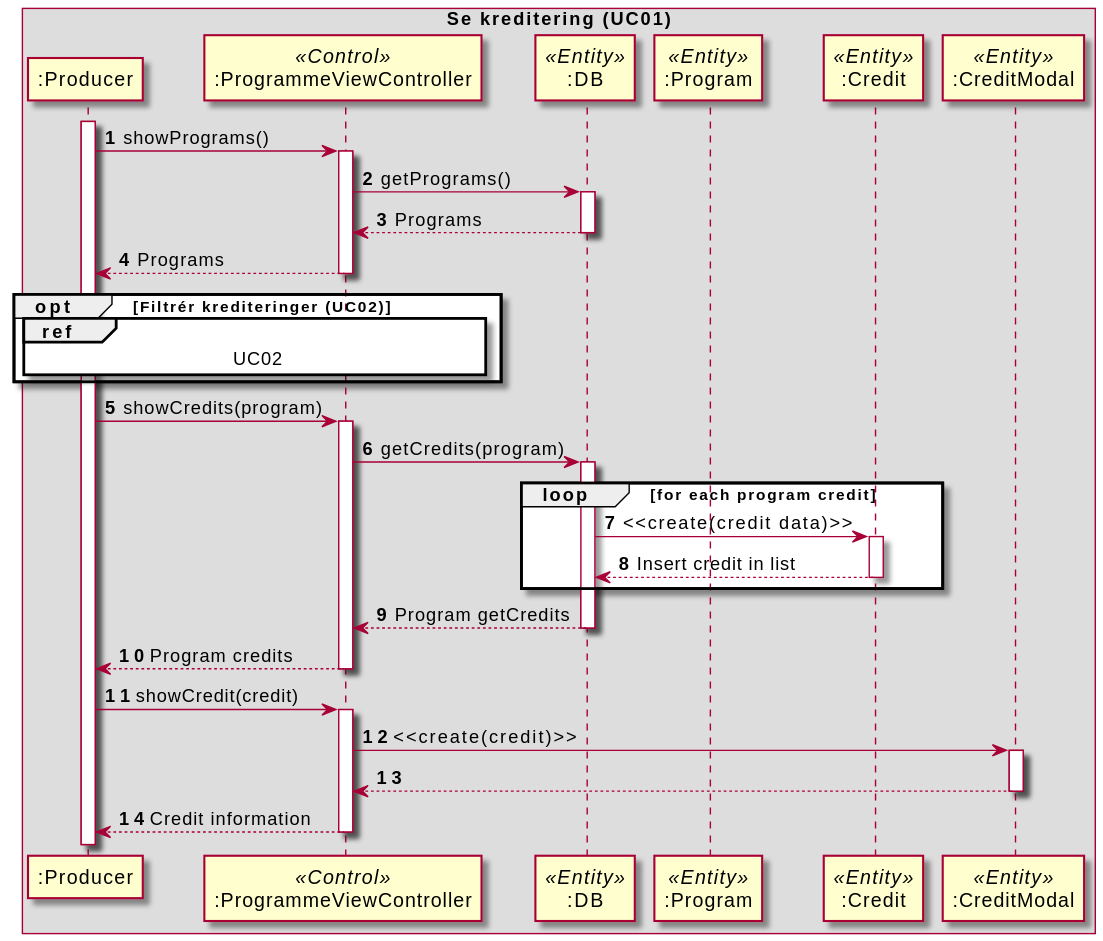
This is uml/sequence_diagrams/operation/UC01_show_credit.svg from amatzen/SE02-SE-G02-SPRO, a PlantUML export, as it was before one commit. The source it was exported from:
```plantuml
@startuml

autonumber

box Se kreditering (UC01)
    participant ":Producer" as producer
    participant ":ProgrammeViewController" as programController <<Control>>
    participant ":DB" as db <<Entity>>
    participant ":Program" as program <<Entity>>
    participant ":Credit" as credit <<Entity>>
    participant ":CreditModal" as creditModal <<Entity>>
end box

activate producer
producer -> programController : showPrograms()
activate programController
programController -> db : getPrograms()
activate db
programController <-- db : Programs
deactivate db
producer <-- programController : Programs
deactivate programController

opt Filtrér krediteringer (UC02)
    ref over producer, programController : UC02
end

producer -> programController : showCredits(program)
activate programController
programController -> db : getCredits(program)
activate db

loop for each program credit
db -> credit : <<create(credit data)>>
activate credit
db <-- credit : Insert credit in list
deactivate credit
end

programController <-- db : Program getCredits
deactivate db
producer <-- programController : Program credits
deactivate programController

producer -> programController : showCredit(credit)
activate programController
programController -> creditModal : <<create(credit)>>
activate creditModal
programController <-- creditModal
deactivate creditModal
producer <-- programController : Credit information
deactivate programController

@enduml
```
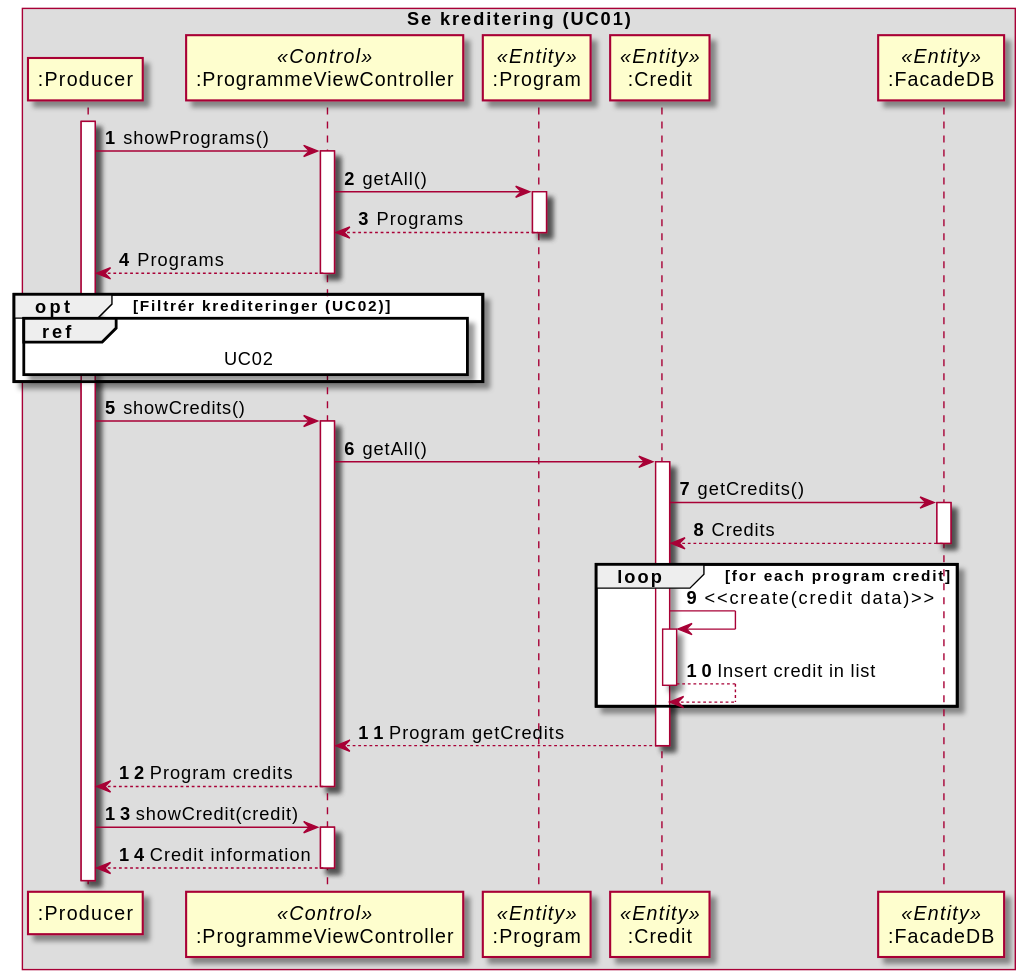
The same file after the commit.

What changed in the source:
```diff
@@ -5,19 +5,18 @@
 box Se kreditering (UC01)
     participant ":Producer" as producer
     participant ":ProgrammeViewController" as programController <<Control>>
-    participant ":DB" as db <<Entity>>
     participant ":Program" as program <<Entity>>
     participant ":Credit" as credit <<Entity>>
-    participant ":CreditModal" as creditModal <<Entity>>
+    participant ":FacadeDB" as db <<Entity>>
 end box
 
 activate producer
 producer -> programController : showPrograms()
 activate programController
-programController -> db : getPrograms()
-activate db
-programController <-- db : Programs
-deactivate db
+programController -> program : getAll()
+activate program
+programController <-- program : Programs
+deactivate program
 producer <-- programController : Programs
 deactivate programController
 
@@ -25,29 +24,31 @@
     ref over producer, programController : UC02
 end
 
-producer -> programController : showCredits(program)
+producer -> programController : showCredits()
 activate programController
-programController -> db : getCredits(program)
+programController -> credit : getAll()
+activate credit
+
+credit -> db : getCredits()
 activate db
+credit <-- db : Credits
+deactivate db
 
 loop for each program credit
-db -> credit : <<create(credit data)>>
+credit -> credit : <<create(credit data)>>
 activate credit
-db <-- credit : Insert credit in list
+credit <-- credit : Insert credit in list
 deactivate credit
 end
 
-programController <-- db : Program getCredits
-deactivate db
+programController <-- credit : Program getCredits
+deactivate credit
 producer <-- programController : Program credits
 deactivate programController
 
 producer -> programController : showCredit(credit)
 activate programController
-programController -> creditModal : <<create(credit)>>
-activate creditModal
-programController <-- creditModal
-deactivate creditModal
+
 producer <-- programController : Credit information
 deactivate programController
 
```
